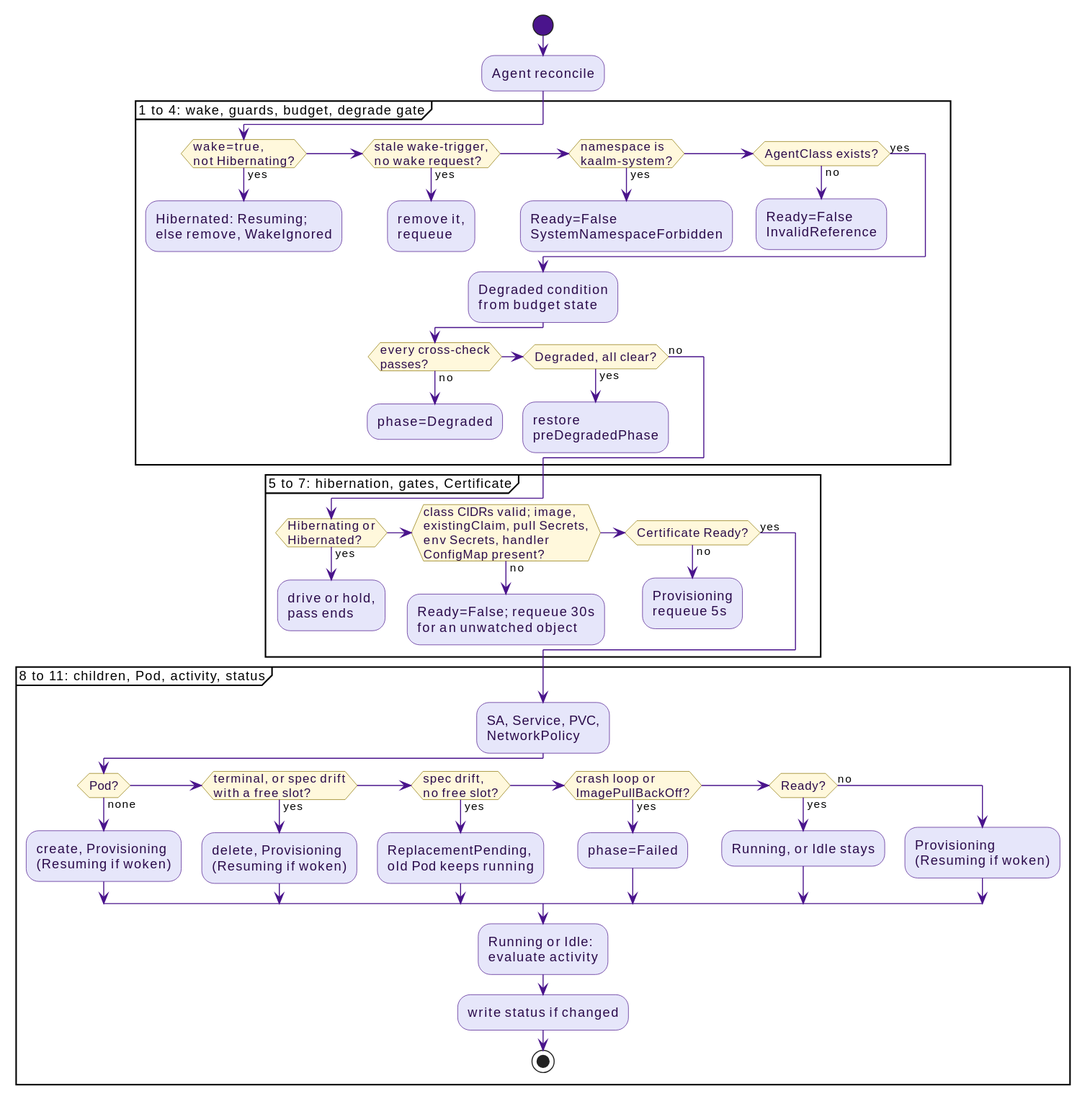
win07xp/kaalm keeps this PlantUML diagram as docs/src/diagrams/agent-reconcile-pass.svg. Above is the earlier version.
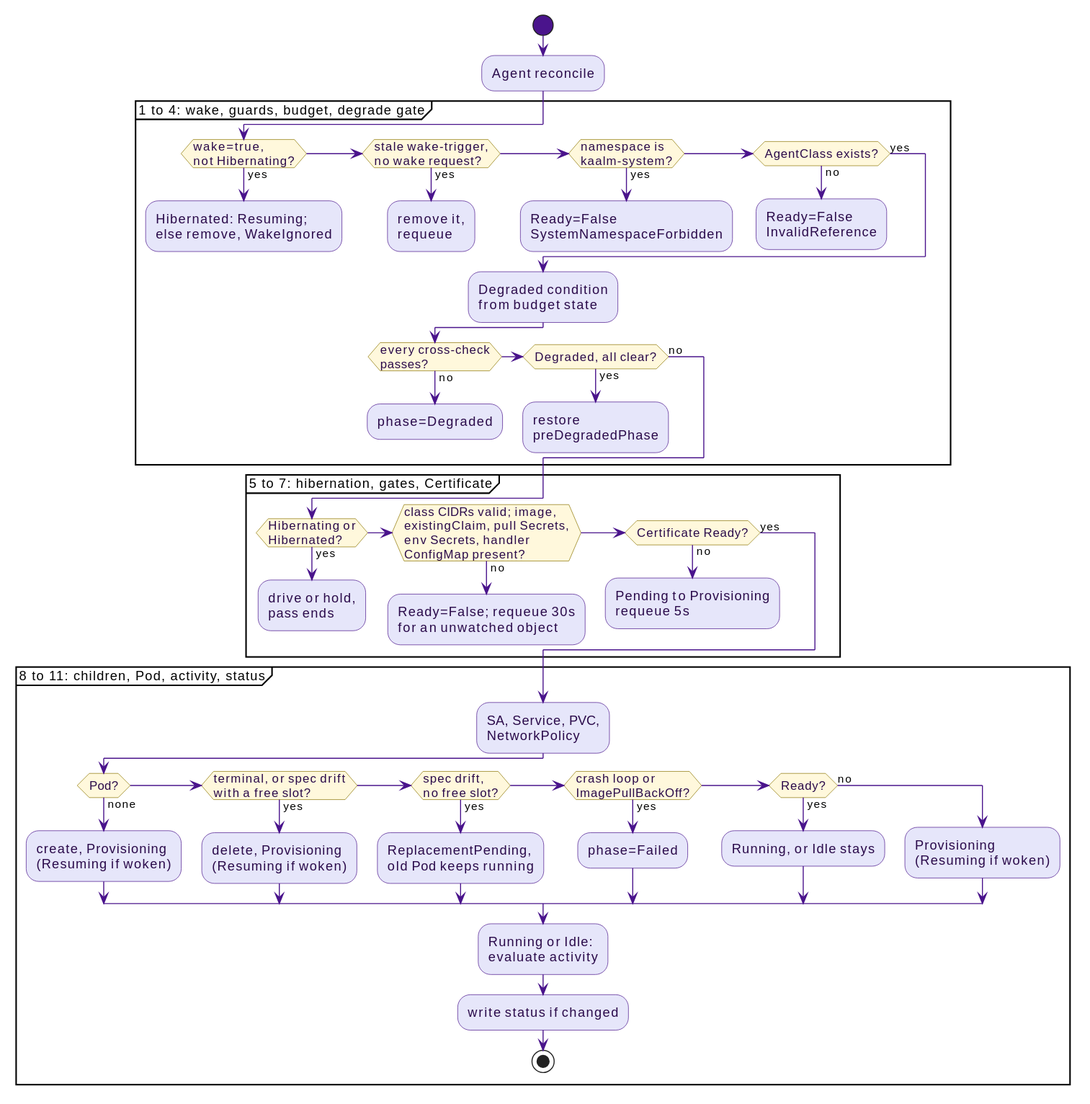
The same diagram one commit later.

Change to the diagram source:
```diff
@@ -38,7 +38,7 @@
     :Ready=False; requeue 30s\nfor an unwatched object;
     kill
   elseif (Certificate Ready?) then (no)
-    :Provisioning\nrequeue 5s;
+    :Pending to Provisioning\nrequeue 5s;
     kill
   else (yes)
   endif
```
